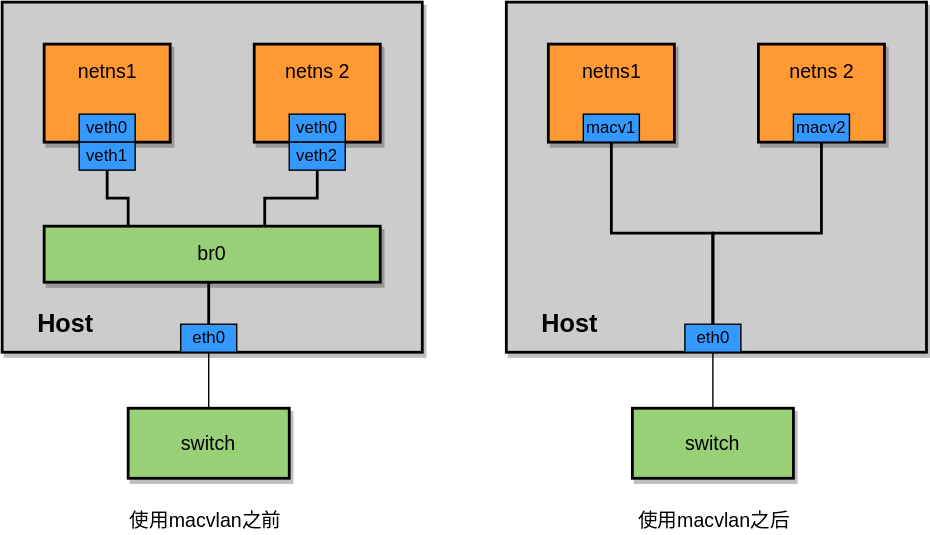
The draw.io diagram assets/images/2020/macvlan.svg in csulrong/csulrong.github.io, before a commit. Source tidied: cells renumbered, new cells last; positions are measured from the earlier drawing's top-left corner, leaving out a move shared by most shapes.
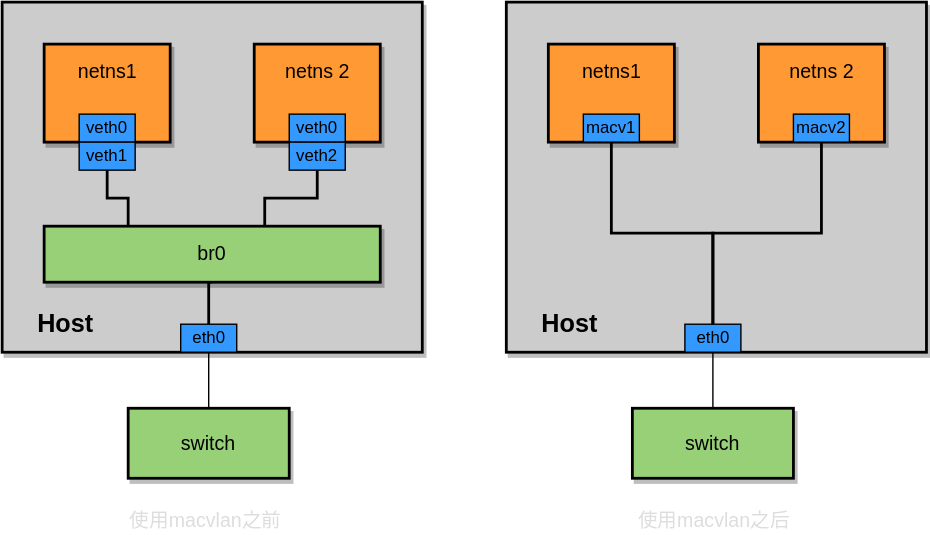
Later version of the same file.

What changed in the source:
```diff
@@ -94,10 +94,10 @@
     <mxCell id="31" value="&lt;font style=&quot;font-size: 18px&quot;&gt;&lt;b&gt;Host&lt;/b&gt;&lt;/font&gt;" style="text;html=1;align=center;verticalAlign=middle;fillColor=none;" parent="1" vertex="1">
       <mxGeometry x="375" y="220" width="60" height="20" as="geometry" />
     </mxCell>
-    <mxCell id="32" value="&lt;font style=&quot;font-size: 14px&quot;&gt;使用macvlan之前&lt;/font&gt;" style="text;html=1;align=center;verticalAlign=middle;" parent="1" vertex="1">
+    <mxCell id="32" value="&lt;font style=&quot;font-size: 14px&quot;&gt;使用macvlan之前&lt;/font&gt;" style="text;html=1;align=center;verticalAlign=middle;fontColor=#dddddd;" parent="1" vertex="1">
       <mxGeometry x="85" y="360" width="120" height="20" as="geometry" />
     </mxCell>
-    <mxCell id="33" value="&lt;font style=&quot;font-size: 14px&quot;&gt;使用macvlan之后&lt;/font&gt;" style="text;html=1;align=center;verticalAlign=middle;" parent="1" vertex="1">
+    <mxCell id="33" value="&lt;font style=&quot;font-size: 14px&quot;&gt;使用macvlan之后&lt;/font&gt;" style="text;html=1;align=center;verticalAlign=middle;fontColor=#dddddd;" parent="1" vertex="1">
       <mxGeometry x="447.5" y="360" width="120" height="20" as="geometry" />
     </mxCell>
   </root>
```
